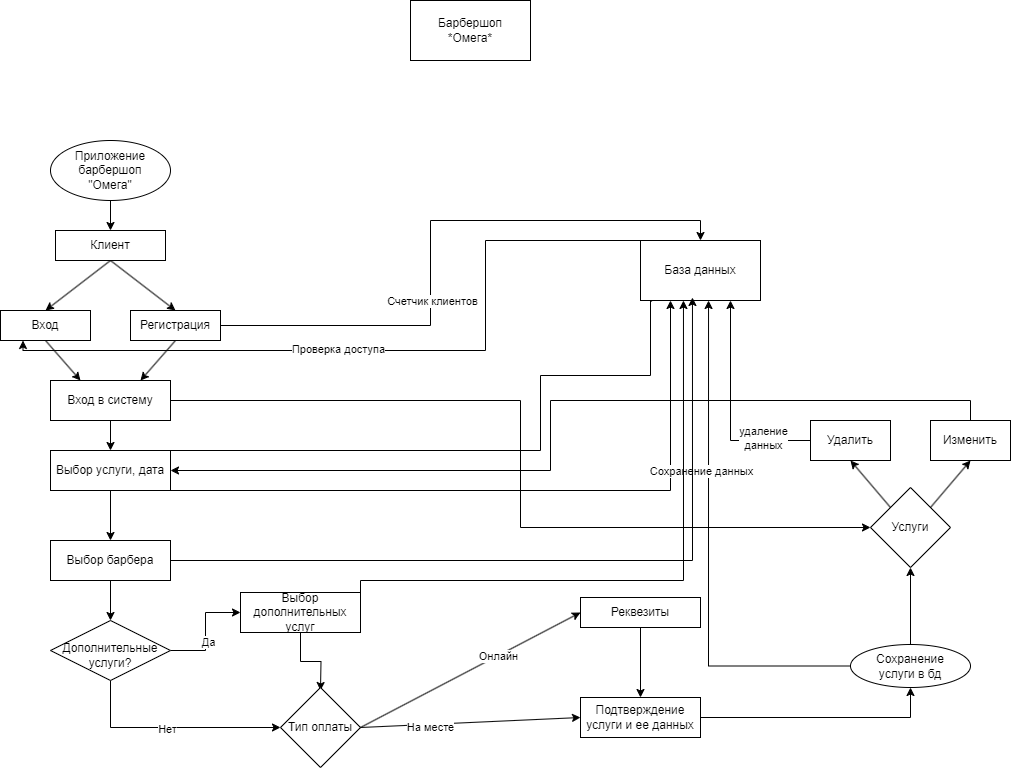
This is 1.drawio.png from Kr1SetOff/praktika_up, a draw.io export, as it was before one commit. Source tidied: cells renumbered, new cells last; positions are measured from the earlier drawing's top-left corner, leaving out a move shared by most shapes.
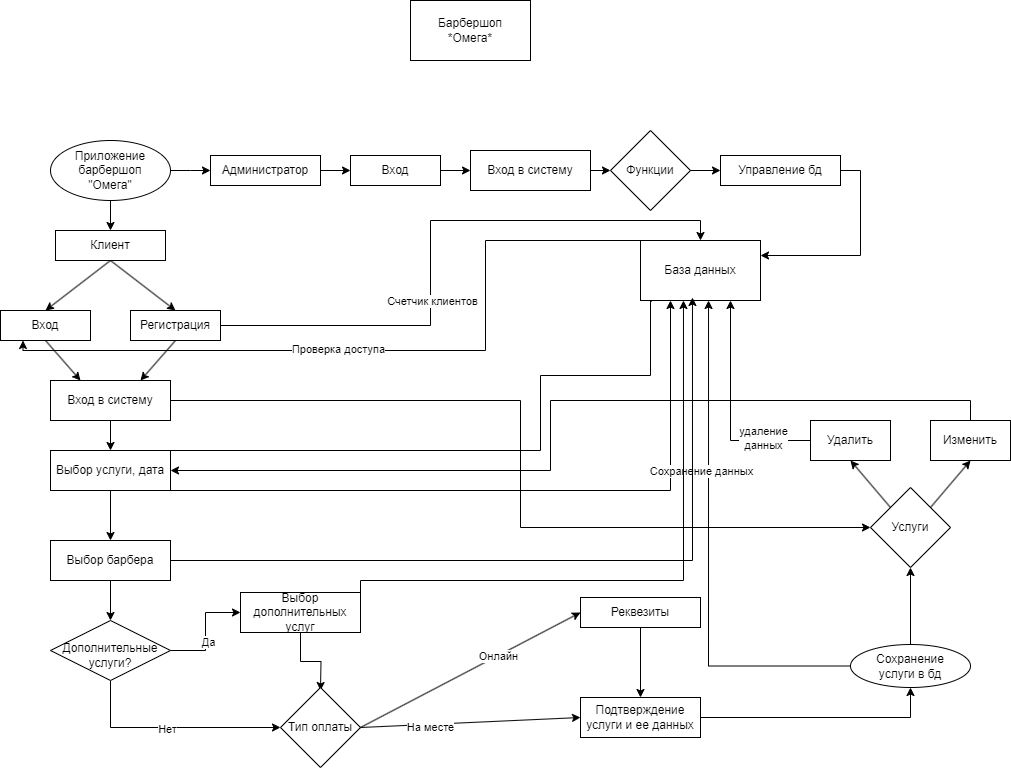
The same diagram one commit later.

What changed in the source:
```diff
@@ -8,6 +8,11 @@
     <mxCell id="3" style="edgeStyle=orthogonalEdgeStyle;rounded=0;jettySize=auto;html=1;exitX=0.5;exitY=1;exitDx=0;exitDy=0;entryX=0.5;entryY=0;entryDx=0;entryDy=0;" parent="1" edge="1" source="4" target="53">
       <mxGeometry relative="1" as="geometry" />
     </mxCell>
+    <mxCell id="56" style="edgeStyle=orthogonalEdgeStyle;rounded=0;jettySize=auto;html=1;exitX=1;exitY=0.5;exitDx=0;exitDy=0;" parent="1" edge="1" source="4">
+      <mxGeometry relative="1" as="geometry">
+        <mxPoint x="210" y="170" as="targetPoint" />
+      </mxGeometry>
+    </mxCell>
     <mxCell id="4" value="Приложение&lt;div&gt;барбершоп&lt;/div&gt;&lt;div&gt;&quot;Омега&quot;&lt;/div&gt;" style="ellipse;whiteSpace=wrap;html=1;" parent="1" vertex="1">
       <mxGeometry x="50" y="140" width="120" height="60" as="geometry" />
     </mxCell>
@@ -192,5 +197,35 @@
         </Array>
       </mxGeometry>
     </mxCell>
+    <mxCell id="57" value="Администратор" style="rounded=0;whiteSpace=wrap;html=1;" parent="1" vertex="1">
+      <mxGeometry x="210" y="155" width="110" height="30" as="geometry" />
+    </mxCell>
+    <mxCell id="58" style="edgeStyle=orthogonalEdgeStyle;rounded=0;jettySize=auto;html=1;exitX=1;exitY=0.5;exitDx=0;exitDy=0;entryX=0;entryY=0.5;entryDx=0;entryDy=0;" parent="1" edge="1" source="59" target="62">
+      <mxGeometry relative="1" as="geometry" />
+    </mxCell>
+    <mxCell id="59" value="Вход" style="rounded=0;whiteSpace=wrap;html=1;" parent="1" vertex="1">
+      <mxGeometry x="350" y="155" width="90" height="30" as="geometry" />
+    </mxCell>
+    <mxCell id="60" style="endArrow=classic;html=1;rounded=0;entryX=0;entryY=0.5;entryDx=0;entryDy=0;exitX=1;exitY=0.5;exitDx=0;exitDy=0;" parent="1" edge="1" source="57" target="59">
+      <mxGeometry relative="1" as="geometry" />
+    </mxCell>
+    <mxCell id="61" style="edgeStyle=orthogonalEdgeStyle;rounded=0;jettySize=auto;html=1;exitX=1;exitY=0.5;exitDx=0;exitDy=0;entryX=0;entryY=0.5;entryDx=0;entryDy=0;" parent="1" edge="1" source="62" target="63">
+      <mxGeometry relative="1" as="geometry" />
+    </mxCell>
+    <mxCell id="62" value="Вход в систему" style="rounded=0;whiteSpace=wrap;html=1;" parent="1" vertex="1">
+      <mxGeometry x="470" y="150" width="120" height="40" as="geometry" />
+    </mxCell>
+    <mxCell id="63" value="Функции" style="rhombus;whiteSpace=wrap;html=1;" parent="1" vertex="1">
+      <mxGeometry x="610" y="130" width="80" height="80" as="geometry" />
+    </mxCell>
+    <mxCell id="64" style="edgeStyle=orthogonalEdgeStyle;rounded=0;jettySize=auto;html=1;exitX=1;exitY=0.5;exitDx=0;exitDy=0;entryX=1;entryY=0.25;entryDx=0;entryDy=0;" parent="1" edge="1" source="65" target="33">
+      <mxGeometry relative="1" as="geometry" />
+    </mxCell>
+    <mxCell id="65" value="Управление бд" style="rounded=0;whiteSpace=wrap;html=1;" parent="1" vertex="1">
+      <mxGeometry x="720" y="155" width="120" height="30" as="geometry" />
+    </mxCell>
+    <mxCell id="66" style="endArrow=classic;html=1;rounded=0;exitX=1;exitY=0.5;exitDx=0;exitDy=0;entryX=0;entryY=0.5;entryDx=0;entryDy=0;" parent="1" edge="1" source="63" target="65">
+      <mxGeometry relative="1" as="geometry" />
+    </mxCell>
   </root>
 </mxGraphModel>
```
